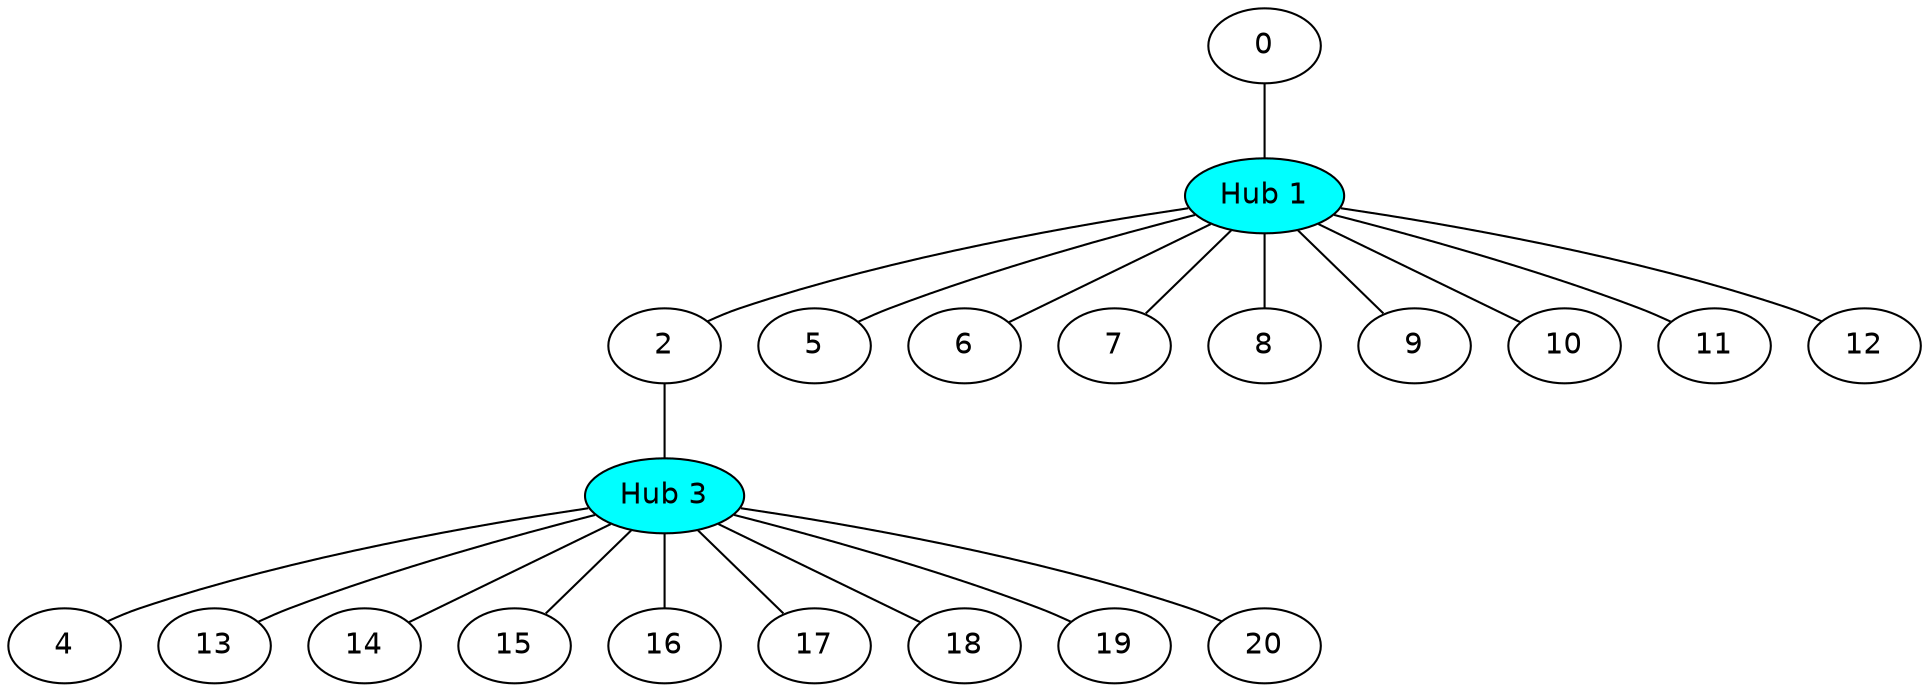
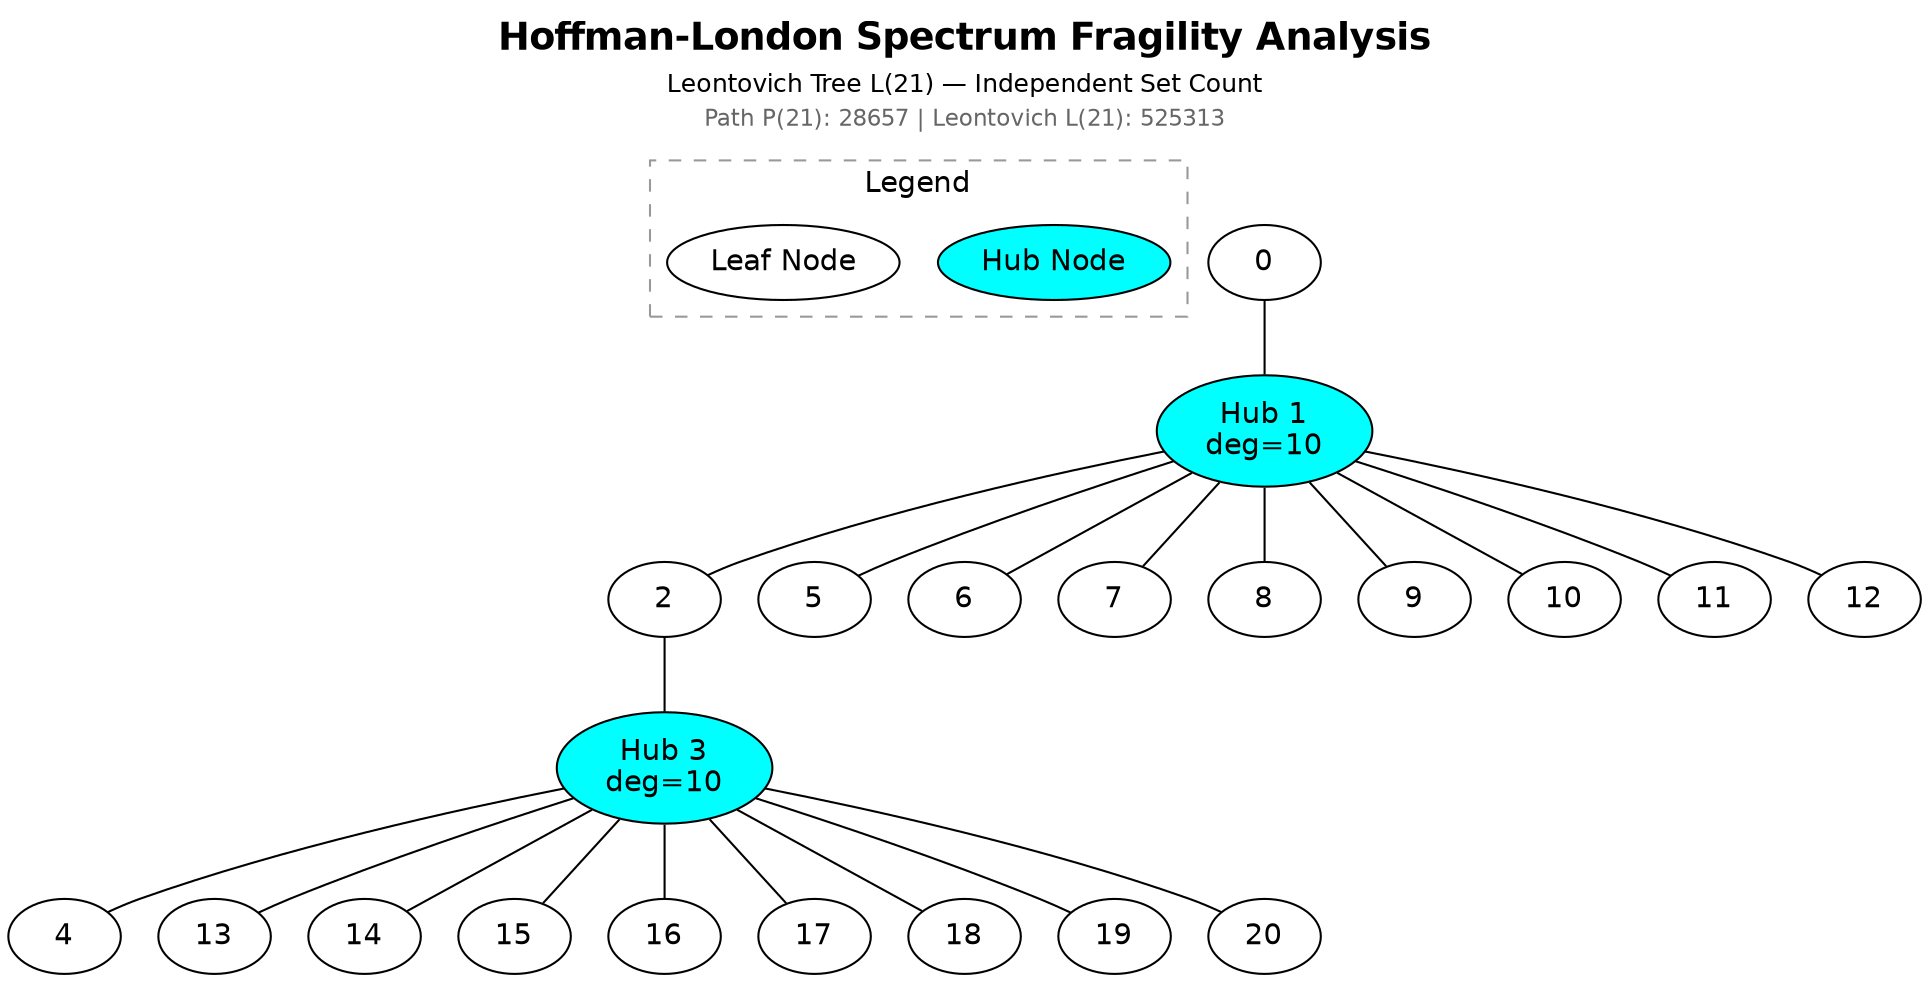
graph Spectrum {
+   graph [
+     label=<
+       <TABLE BORDER="0" CELLSPACING="0">
+         <TR><TD><B><FONT POINT-SIZE="18">Hoffman-London Spectrum Fragility Analysis</FONT></B></TD></TR>
+         <TR><TD><FONT POINT-SIZE="12">Leontovich Tree L(21) — Independent Set Count</FONT></TD></TR>
+         <TR><TD><FONT POINT-SIZE="11" COLOR="gray40">Path P(21): 28657 | Leontovich L(21): 525313</FONT></TD></TR>
+       </TABLE>
+     >
+     labelloc=t
+     fontname="Helvetica"
+   ];
  node [fontname="Helvetica", style=filled, fillcolor=white];
-   1 [fillcolor=cyan, label="Hub 1"]; 3 [fillcolor=cyan, label="Hub 3"];
+ 
+   subgraph cluster_legend {
+     label="Legend";
+     fontname="Helvetica";
+     style=dashed; color=gray60;
+     leg_hub [fillcolor=cyan, label="Hub Node"];
+     leg_leaf [fillcolor=white, label="Leaf Node"];
+   }
+ 
+   1 [fillcolor=cyan, label="Hub 1\ndeg=10"];
+   3 [fillcolor=cyan, label="Hub 3\ndeg=10"];
  0 -- 1;
  1 -- 2;
  1 -- 5;
  1 -- 6;
  1 -- 7;
  1 -- 8;
  1 -- 9;
  1 -- 10;
  1 -- 11;
  1 -- 12;
  2 -- 3;
  3 -- 4;
  3 -- 13;
  3 -- 14;
  3 -- 15;
  3 -- 16;
  3 -- 17;
  3 -- 18;
  3 -- 19;
  3 -- 20;
}
